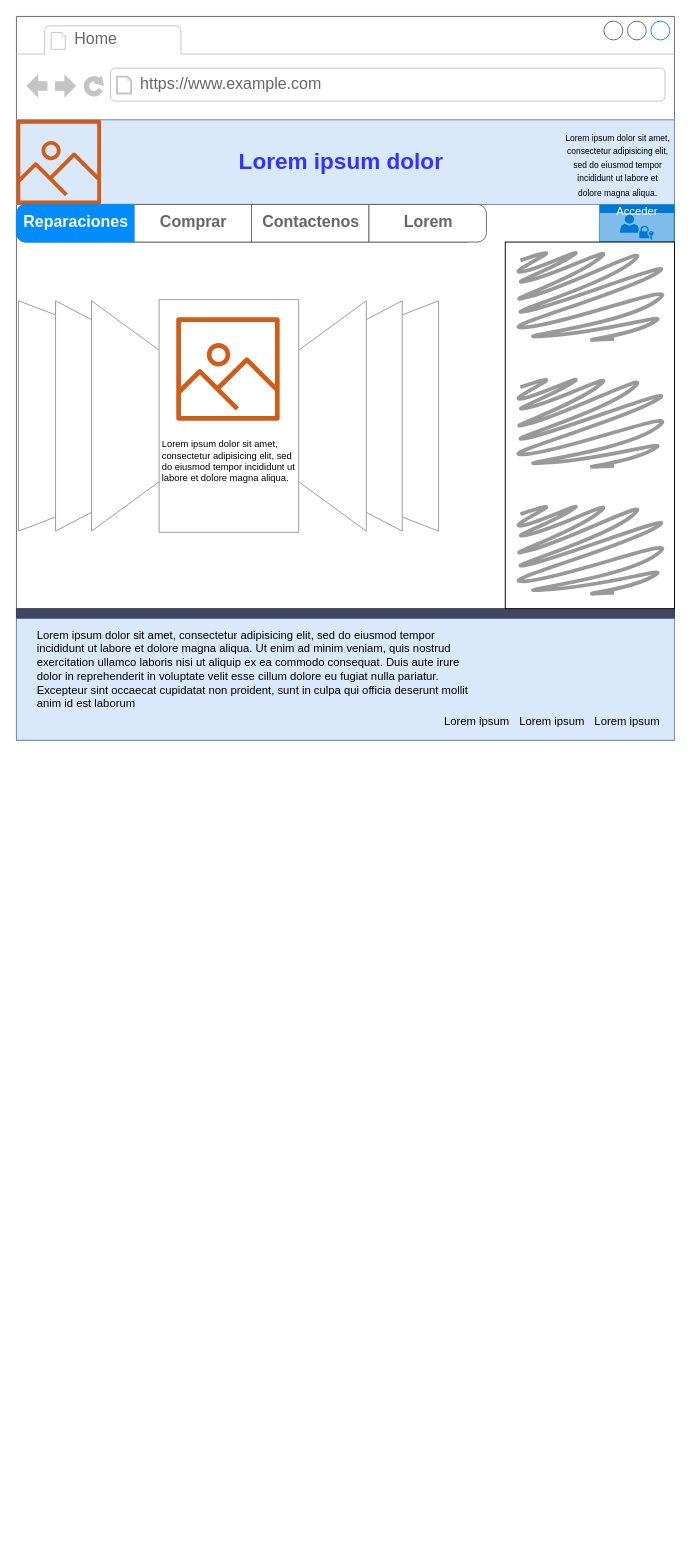
GastonGarros/TP-Integrador-PAW keeps this draw.io diagram as Diagramas/Proyectos draw.io/Home.drawio. Above is the earlier version. Source tidied: cells renumbered, new cells numbered last; positions are measured from the earlier drawing's top-left corner, leaving out a move shared by most shapes. Both pictures are drawn from the tidied source at 94%, with x=0, y=0 at pixel (16, 16).
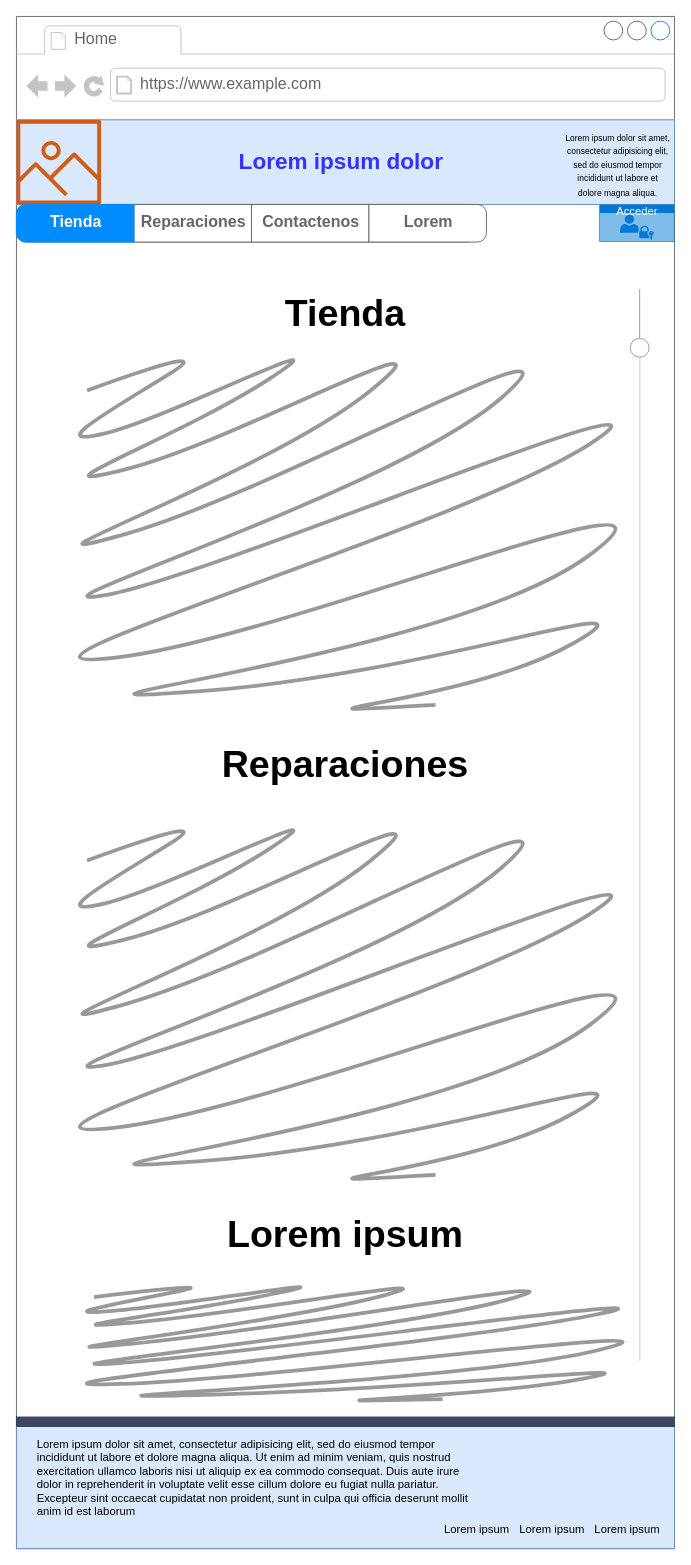
The same diagram, later.

The change refers to these unchanged cells:
```xml
<mxCell id="8" style="strokeWidth=1;shadow=0;dashed=0;align=center;html=1;shape=mxgraph.mockup.rrect;rSize=10;fillColor=#ffffff;strokeColor=#666666;" parent="2" vertex="1">
  <mxGeometry y="200" width="490" height="40" as="geometry" />
</mxCell>
```

Diff of the diagram source:
```diff
@@
     <mxCell id="2" style="strokeWidth=1;shadow=0;dashed=0;align=center;html=1;shape=mxgraph.mockup.containers.browserWindow;rSize=0;strokeColor=#666666;strokeColor2=#008cff;strokeColor3=#c4c4c4;mainText=,;" parent="1" vertex="1">
-      <mxGeometry width="700" height="770" as="geometry" />
+      <mxGeometry width="700" height="1630" as="geometry" />
     </mxCell>
@@
-    <mxCell id="9" value="Comprar" style="strokeColor=inherit;fillColor=inherit;gradientColor=inherit;strokeWidth=1;shadow=0;dashed=0;align=center;html=1;shape=mxgraph.mockup.rrect;rSize=0;fontSize=17;fontColor=#666666;fontStyle=1;" parent="8" vertex="1">
+    <mxCell id="9" value="Reparaciones" style="strokeColor=inherit;fillColor=inherit;gradientColor=inherit;strokeWidth=1;shadow=0;dashed=0;align=center;html=1;shape=mxgraph.mockup.rrect;rSize=0;fontSize=17;fontColor=#666666;fontStyle=1;" parent="8" vertex="1">
       <mxGeometry width="125" height="40" relative="1" as="geometry">
         <mxPoint x="125" as="offset" />
       </mxGeometry>
     </mxCell>
@@
-    <mxCell id="12" value="Reparaciones" style="strokeWidth=1;shadow=0;dashed=0;align=center;html=1;shape=mxgraph.mockup.leftButton;rSize=10;fontSize=17;fontColor=#ffffff;fontStyle=1;fillColor=#008cff;strokeColor=#008cff;" parent="8" vertex="1">
+    <mxCell id="12" value="Tienda" style="strokeWidth=1;shadow=0;dashed=0;align=center;html=1;shape=mxgraph.mockup.leftButton;rSize=10;fontSize=17;fontColor=#ffffff;fontStyle=1;fillColor=#008cff;strokeColor=#008cff;" parent="8" vertex="1">
       <mxGeometry width="125" height="40" relative="1" as="geometry" />
     </mxCell>
@@
-    <mxCell id="14" style="verticalLabelPosition=bottom;shadow=0;dashed=0;align=center;html=1;verticalAlign=top;strokeWidth=1;shape=mxgraph.mockup.navigation.coverFlow;strokeColor=#999999;" parent="2" vertex="1">
-      <mxGeometry y="300" width="450" height="250" as="geometry" />
-    </mxCell>
-    <mxCell id="15" value="Lorem ipsum dolor sit amet, consectetur adipisicing elit, sed do eiusmod tempor incididunt ut labore et dolore magna aliqua.&#10;" style="text;strokeColor=none;fillColor=none;spacing=5;spacingTop=-20;whiteSpace=wrap;overflow=hidden;rounded=0;fontSize=10;" parent="2" vertex="1">
-      <mxGeometry x="150" y="460" width="150" height="50" as="geometry" />
-    </mxCell>
-    <mxCell id="16" style="fontColor=#232F3E;gradientColor=none;fillColor=#D05C17;strokeColor=none;dashed=0;verticalLabelPosition=bottom;verticalAlign=top;align=center;html=1;fontSize=12;fontStyle=0;shape=mxgraph.aws4.container_registry_image;" parent="2" vertex="1">
-      <mxGeometry x="170" y="320" width="110" height="110" as="geometry" />
-    </mxCell>
@@
-    <mxCell id="18" style="rounded=0;whiteSpace=wrap;html=1;fillColor=#dae8fc;strokeColor=#6c8ebf;" parent="2" vertex="1">
-      <mxGeometry y="640" width="700" height="130" as="geometry" />
-    </mxCell>
-    <mxCell id="19" value="&lt;span style=&quot;text-align: left&quot;&gt;Lorem ipsum&lt;/span&gt;" style="text;html=1;strokeColor=none;fillColor=none;align=center;verticalAlign=middle;whiteSpace=wrap;rounded=0;" parent="2" vertex="1">
-      <mxGeometry x="450" y="740" width="80" height="20" as="geometry" />
-    </mxCell>
-    <mxCell id="20" value="&lt;span style=&quot;text-align: left&quot;&gt;Lorem ipsum&lt;/span&gt;" style="text;html=1;strokeColor=none;fillColor=none;align=center;verticalAlign=middle;whiteSpace=wrap;rounded=0;" parent="2" vertex="1">
-      <mxGeometry x="530" y="740" width="80" height="20" as="geometry" />
-    </mxCell>
-    <mxCell id="21" value="&lt;span style=&quot;text-align: left&quot;&gt;Lorem ipsum&lt;/span&gt;" style="text;html=1;strokeColor=none;fillColor=none;align=center;verticalAlign=middle;whiteSpace=wrap;rounded=0;" parent="2" vertex="1">
-      <mxGeometry x="610" y="740" width="80" height="20" as="geometry" />
-    </mxCell>
-    <mxCell id="22" style="rounded=0;whiteSpace=wrap;html=1;strokeColor=#23445d;fillColor=#444563;" parent="2" vertex="1">
-      <mxGeometry y="630" width="700" height="10" as="geometry" />
-    </mxCell>
-    <mxCell id="23" style="rounded=0;whiteSpace=wrap;html=1;fontSize=10;" parent="2" vertex="1">
-      <mxGeometry x="520" y="240" width="180" height="390" as="geometry" />
-    </mxCell>
-    <mxCell id="24" style="shape=mxgraph.mockup.markup.scratchOut;shadow=0;dashed=0;html=1;strokeColor=#999999;strokeWidth=4;fontSize=10;" parent="2" vertex="1">
-      <mxGeometry x="530" y="250" width="160" height="100" as="geometry" />
-    </mxCell>
-    <mxCell id="25" style="shape=mxgraph.mockup.markup.scratchOut;shadow=0;dashed=0;html=1;strokeColor=#999999;strokeWidth=4;fontSize=10;" parent="2" vertex="1">
-      <mxGeometry x="530" y="385" width="160" height="100" as="geometry" />
-    </mxCell>
-    <mxCell id="26" style="shape=mxgraph.mockup.markup.scratchOut;shadow=0;dashed=0;html=1;strokeColor=#999999;strokeWidth=4;fontSize=10;" parent="2" vertex="1">
-      <mxGeometry x="530" y="520" width="160" height="100" as="geometry" />
-    </mxCell>
+    <mxCell id="28" style="rounded=0;whiteSpace=wrap;html=1;fillColor=#dae8fc;strokeColor=#6c8ebf;" parent="2" vertex="1">
+      <mxGeometry y="1500" width="700" height="130" as="geometry" />
+    </mxCell>
+    <mxCell id="29" value="&lt;span style=&quot;text-align: left&quot;&gt;Lorem ipsum&lt;/span&gt;" style="text;html=1;strokeColor=none;fillColor=none;align=center;verticalAlign=middle;whiteSpace=wrap;rounded=0;" parent="2" vertex="1">
+      <mxGeometry x="450" y="1600" width="80" height="20" as="geometry" />
+    </mxCell>
+    <mxCell id="30" value="&lt;span style=&quot;text-align: left&quot;&gt;Lorem ipsum&lt;/span&gt;" style="text;html=1;strokeColor=none;fillColor=none;align=center;verticalAlign=middle;whiteSpace=wrap;rounded=0;" parent="2" vertex="1">
+      <mxGeometry x="530" y="1600" width="80" height="20" as="geometry" />
+    </mxCell>
+    <mxCell id="31" value="&lt;span style=&quot;text-align: left&quot;&gt;Lorem ipsum&lt;/span&gt;" style="text;html=1;strokeColor=none;fillColor=none;align=center;verticalAlign=middle;whiteSpace=wrap;rounded=0;" parent="2" vertex="1">
+      <mxGeometry x="610" y="1600" width="80" height="20" as="geometry" />
+    </mxCell>
+    <mxCell id="32" style="rounded=0;whiteSpace=wrap;html=1;strokeColor=#23445d;fillColor=#444563;" parent="2" vertex="1">
+      <mxGeometry y="1490" width="700" height="10" as="geometry" />
+    </mxCell>
     <mxCell id="27" value="Lorem ipsum dolor sit amet, consectetur adipisicing elit, sed do eiusmod tempor incididunt ut labore et dolore magna aliqua. Ut enim ad minim veniam, quis nostrud exercitation ullamco laboris nisi ut aliquip ex ea commodo consequat. Duis aute irure dolor in reprehenderit in voluptate velit esse cillum dolore eu fugiat nulla pariatur. Excepteur sint occaecat cupidatat non proident, sunt in culpa qui officia deserunt mollit anim id est laborum" style="text;spacingTop=-5;whiteSpace=wrap;html=1;align=left;fontSize=12;fontFamily=Helvetica;fillColor=none;strokeColor=none;" parent="2" vertex="1">
-      <mxGeometry x="20" y="650" width="470" height="90" as="geometry" />
+      <mxGeometry x="20" y="1510" width="470" height="90" as="geometry" />
     </mxCell>
+    <mxCell id="33" value="&lt;b&gt;&lt;font style=&quot;font-size: 40px&quot;&gt;Tienda&lt;/font&gt;&lt;/b&gt;" style="text;html=1;strokeColor=none;fillColor=none;align=center;verticalAlign=middle;whiteSpace=wrap;rounded=0;" parent="2" vertex="1">
+      <mxGeometry x="270" y="280" width="160" height="70" as="geometry" />
+    </mxCell>
+    <mxCell id="34" style="shape=mxgraph.mockup.markup.scratchOut;shadow=0;dashed=0;html=1;strokeColor=#999999;strokeWidth=4;" parent="2" vertex="1">
+      <mxGeometry x="52.5" y="360" width="595" height="400" as="geometry" />
+    </mxCell>
+    <mxCell id="35" value="&lt;b&gt;&lt;font style=&quot;font-size: 40px&quot;&gt;Reparaciones&lt;/font&gt;&lt;/b&gt;" style="text;html=1;strokeColor=none;fillColor=none;align=center;verticalAlign=middle;whiteSpace=wrap;rounded=0;" parent="2" vertex="1">
+      <mxGeometry x="205" y="760" width="290" height="70" as="geometry" />
+    </mxCell>
+    <mxCell id="36" style="shape=mxgraph.mockup.markup.scratchOut;shadow=0;dashed=0;html=1;strokeColor=#999999;strokeWidth=4;" parent="2" vertex="1">
+      <mxGeometry x="52.5" y="860" width="595" height="400" as="geometry" />
+    </mxCell>
+    <mxCell id="37" style="verticalLabelPosition=bottom;shadow=0;dashed=0;align=center;html=1;verticalAlign=top;strokeWidth=1;shape=mxgraph.mockup.forms.horSlider;strokeColor=#999999;sliderStyle=basic;sliderPos=94.912;handleStyle=circle;fillColor2=#ddeeff;direction=north;" parent="2" vertex="1">
+      <mxGeometry x="648" y="290" width="30" height="1140" as="geometry" />
+    </mxCell>
+    <mxCell id="38" value="&lt;span style=&quot;font-size: 40px&quot;&gt;&lt;b&gt;Lorem ipsum&lt;/b&gt;&lt;/span&gt;" style="text;html=1;strokeColor=none;fillColor=none;align=center;verticalAlign=middle;whiteSpace=wrap;rounded=0;" parent="2" vertex="1">
+      <mxGeometry x="205" y="1260" width="290" height="70" as="geometry" />
+    </mxCell>
+    <mxCell id="39" style="shape=mxgraph.mockup.markup.scratchOut;shadow=0;dashed=0;html=1;strokeColor=#999999;strokeWidth=4;" parent="2" vertex="1">
+      <mxGeometry x="60" y="1350" width="595" height="130" as="geometry" />
+    </mxCell>
```
